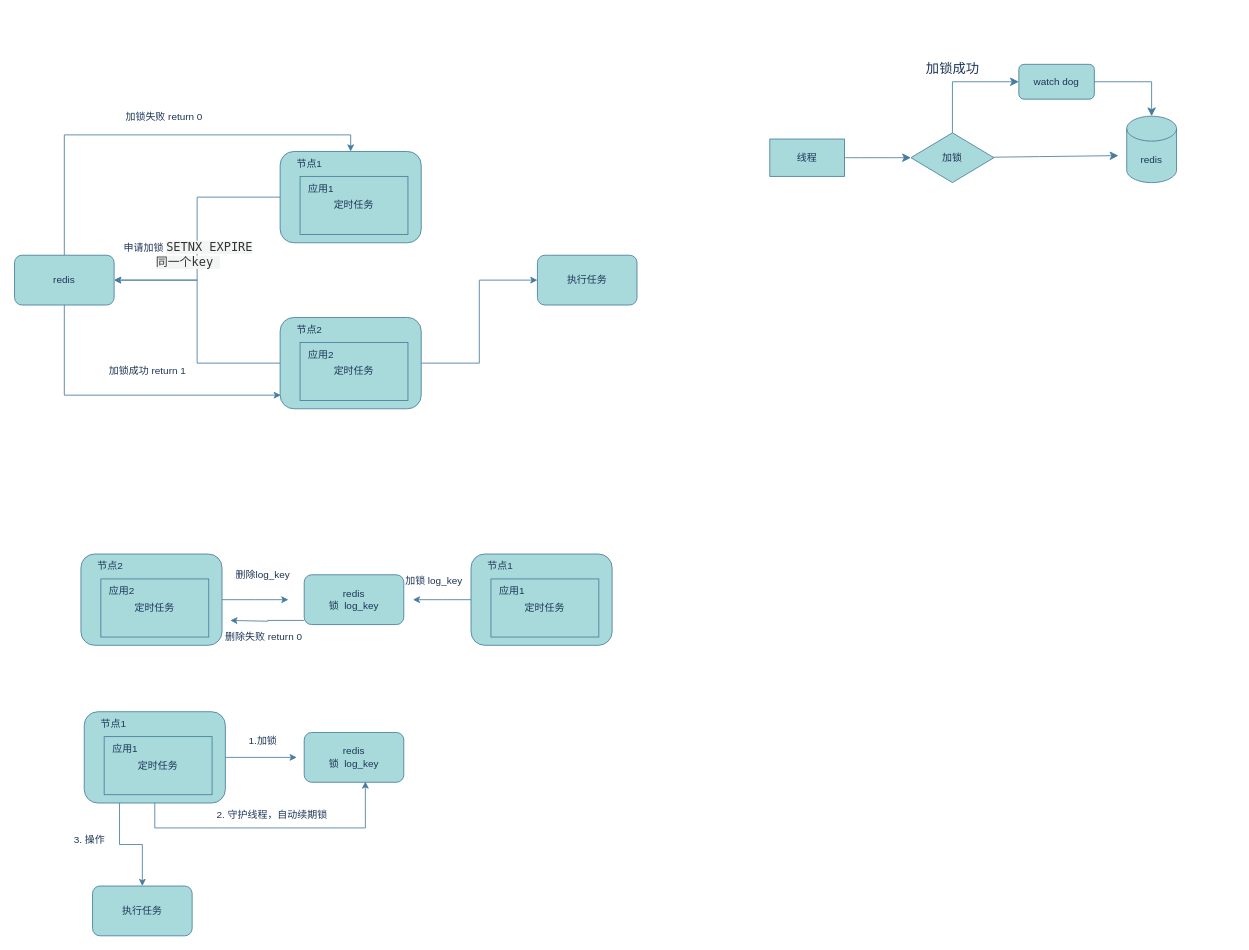
Before: redis分布式锁.drawio in Rodma1/draw, a draw.io diagram. Source tidied: cells renumbered, new cells numbered last; positions are measured from the earlier drawing's top-left corner, leaving out a move shared by most shapes. Both pictures are drawn from the tidied source at 83%, with x=0, y=0 at pixel (14, 56).
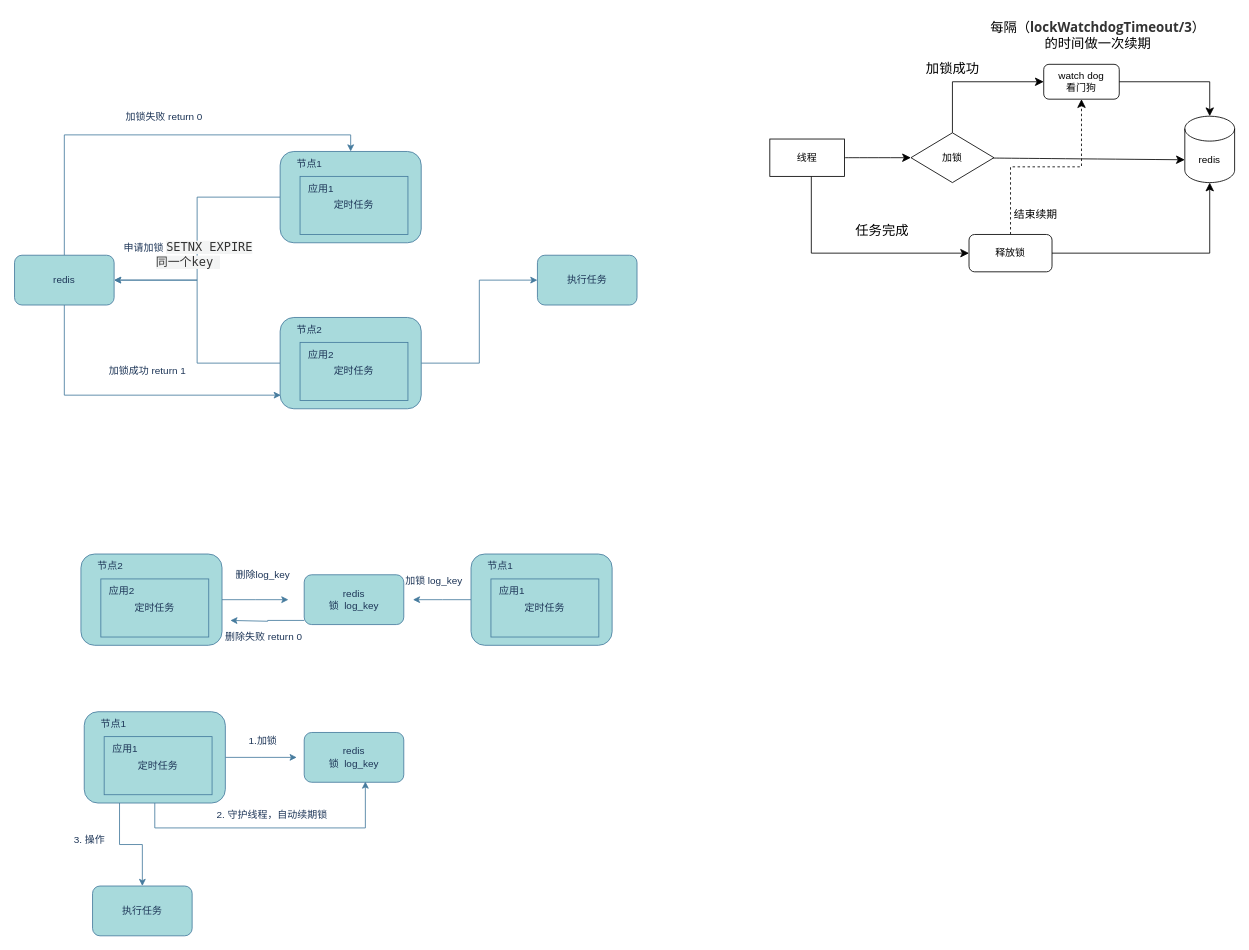
The same diagram, later.

Diff of the diagram source:
```diff
@@
-    <mxCell id="47" style="edgeStyle=none;curved=1;rounded=0;jettySize=auto;html=1;entryX=0;entryY=0.5;entryDx=0;entryDy=0;fontSize=12;startSize=8;endSize=8;labelBackgroundColor=none;fontColor=default;strokeColor=#457B9D;" parent="1" edge="1" source="48" target="51">
+    <mxCell id="47" style="edgeStyle=none;curved=1;rounded=0;jettySize=auto;html=1;entryX=0;entryY=0.5;entryDx=0;entryDy=0;fontSize=12;startSize=8;endSize=8;labelBackgroundColor=none;fontColor=default;" parent="1" edge="1" source="48" target="51">
       <mxGeometry relative="1" as="geometry" />
     </mxCell>
+    <mxCell id="56" style="edgeStyle=orthogonalEdgeStyle;rounded=0;jettySize=auto;html=1;entryX=0;entryY=0.5;entryDx=0;entryDy=0;fontSize=12;startSize=8;endSize=8;" parent="1" edge="1" source="48" target="59">
+      <mxGeometry relative="1" as="geometry">
+        <Array as="points">
+          <mxPoint x="960" y="238" />
+        </Array>
+      </mxGeometry>
+    </mxCell>
-    <mxCell id="48" value="线程" style="rounded=0;whiteSpace=wrap;html=1;labelBackgroundColor=none;fillColor=#A8DADC;strokeColor=#457B9D;fontColor=#1D3557;" parent="1" vertex="1">
+    <mxCell id="48" value="线程" style="rounded=0;whiteSpace=wrap;html=1;labelBackgroundColor=none;" parent="1" vertex="1">
       <mxGeometry x="910" y="100" width="90" height="45" as="geometry" />
     </mxCell>
-    <mxCell id="49" style="edgeStyle=none;curved=1;rounded=0;jettySize=auto;html=1;fontSize=12;startSize=8;endSize=8;labelBackgroundColor=none;fontColor=default;strokeColor=#457B9D;" parent="1" edge="1" source="51">
-      <mxGeometry relative="1" as="geometry">
-        <mxPoint x="1330" y="120" as="targetPoint" />
-      </mxGeometry>
+    <mxCell id="49" style="edgeStyle=none;curved=1;rounded=0;jettySize=auto;html=1;fontSize=12;startSize=8;endSize=8;labelBackgroundColor=none;fontColor=default;entryX=0;entryY=0;entryDx=0;entryDy=52.5;entryPerimeter=0;" parent="1" edge="1" source="51" target="52">
+      <mxGeometry relative="1" as="geometry" />
     </mxCell>
-    <mxCell id="50" style="edgeStyle=orthogonalEdgeStyle;rounded=0;jettySize=auto;html=1;entryX=0;entryY=0.5;entryDx=0;entryDy=0;strokeColor=#457B9D;fontSize=12;fontColor=#1D3557;startSize=8;endSize=8;fillColor=#A8DADC;" parent="1" edge="1" source="51" target="53">
+    <mxCell id="50" style="edgeStyle=orthogonalEdgeStyle;rounded=0;jettySize=auto;html=1;entryX=0;entryY=0.5;entryDx=0;entryDy=0;fontSize=12;fontColor=#1D3557;startSize=8;endSize=8;" parent="1" edge="1" source="51" target="53">
       <mxGeometry relative="1" as="geometry">
         <Array as="points">
           <mxPoint x="1130" y="31" />
         </Array>
       </mxGeometry>
     </mxCell>
-    <mxCell id="51" value="加锁" style="rhombus;whiteSpace=wrap;html=1;labelBackgroundColor=none;fillColor=#A8DADC;strokeColor=#457B9D;fontColor=#1D3557;" parent="1" vertex="1">
+    <mxCell id="51" value="加锁" style="rhombus;whiteSpace=wrap;html=1;labelBackgroundColor=none;" parent="1" vertex="1">
       <mxGeometry x="1080" y="92.5" width="100" height="60" as="geometry" />
     </mxCell>
-    <mxCell id="52" value="redis" style="shape=cylinder3;whiteSpace=wrap;html=1;boundedLbl=1;backgroundOutline=1;size=15;labelBackgroundColor=none;fillColor=#A8DADC;strokeColor=#457B9D;fontColor=#1D3557;" parent="1" vertex="1">
-      <mxGeometry x="1340" y="72.5" width="60" height="80" as="geometry" />
+    <mxCell id="52" value="redis" style="shape=cylinder3;whiteSpace=wrap;html=1;boundedLbl=1;backgroundOutline=1;size=15;labelBackgroundColor=none;" parent="1" vertex="1">
+      <mxGeometry x="1410" y="72.5" width="60" height="80" as="geometry" />
     </mxCell>
-    <mxCell id="53" value="watch dog" style="rounded=1;whiteSpace=wrap;html=1;labelBackgroundColor=none;fillColor=#A8DADC;strokeColor=#457B9D;fontColor=#1D3557;" parent="1" vertex="1">
-      <mxGeometry x="1210" y="10" width="91" height="42" as="geometry" />
+    <mxCell id="53" value="watch dog&lt;div&gt;看门狗&lt;/div&gt;" style="rounded=1;whiteSpace=wrap;html=1;labelBackgroundColor=none;" parent="1" vertex="1">
+      <mxGeometry x="1240" y="10" width="91" height="42" as="geometry" />
     </mxCell>
-    <mxCell id="54" value="加锁成功" style="text;html=1;align=center;verticalAlign=middle;strokeColor=none;fillColor=none;fontSize=16;fontColor=#1D3557;" parent="1" vertex="1">
+    <mxCell id="54" value="加锁成功" style="text;html=1;align=center;verticalAlign=middle;fontSize=16;" parent="1" vertex="1">
       <mxGeometry x="1085" width="90" height="30" as="geometry" />
     </mxCell>
-    <mxCell id="55" style="edgeStyle=orthogonalEdgeStyle;rounded=0;jettySize=auto;html=1;entryX=0.5;entryY=0;entryDx=0;entryDy=0;entryPerimeter=0;strokeColor=#457B9D;fontSize=12;fontColor=#1D3557;startSize=8;endSize=8;fillColor=#A8DADC;" parent="1" edge="1" source="53" target="52">
+    <mxCell id="55" style="edgeStyle=orthogonalEdgeStyle;rounded=0;jettySize=auto;html=1;entryX=0.5;entryY=0;entryDx=0;entryDy=0;entryPerimeter=0;fontSize=12;fontColor=#1D3557;startSize=8;endSize=8;" parent="1" edge="1" source="53" target="52">
       <mxGeometry relative="1" as="geometry" />
     </mxCell>
+    <mxCell id="57" value="每隔（&lt;strong style=&quot;box-sizing: border-box; color: rgb(51, 51, 51); font-family: &amp;quot;Open Sans&amp;quot;, &amp;quot;Clear Sans&amp;quot;, &amp;quot;Helvetica Neue&amp;quot;, Helvetica, Arial, &amp;quot;Segoe UI Emoji&amp;quot;, sans-serif; orphans: 4; text-align: start; text-wrap: wrap; background-color: rgb(255, 255, 255);&quot;&gt;&lt;span style=&quot;box-sizing: border-box; white-space-collapse: preserve;&quot; class=&quot;md-plain&quot;&gt;lockWatchdogTimeout/3&lt;/span&gt;&lt;/strong&gt;）&lt;div&gt;的时间做一次续期&lt;/div&gt;" style="text;html=1;align=center;verticalAlign=middle;fontSize=16;" parent="1" vertex="1">
+      <mxGeometry x="1170" y="-50" width="270" height="50" as="geometry" />
+    </mxCell>
+    <mxCell id="58" style="edgeStyle=orthogonalEdgeStyle;rounded=0;jettySize=auto;html=1;entryX=0.5;entryY=1;entryDx=0;entryDy=0;fontSize=12;startSize=8;endSize=8;dashed=1;" parent="1" edge="1" source="59" target="53">
+      <mxGeometry relative="1" as="geometry" />
+    </mxCell>
+    <mxCell id="59" value="释放锁" style="rounded=1;whiteSpace=wrap;html=1;" parent="1" vertex="1">
+      <mxGeometry x="1150" y="215" width="100" height="45" as="geometry" />
+    </mxCell>
+    <mxCell id="60" style="edgeStyle=orthogonalEdgeStyle;rounded=0;jettySize=auto;html=1;entryX=0.5;entryY=1;entryDx=0;entryDy=0;entryPerimeter=0;fontSize=12;startSize=8;endSize=8;" parent="1" edge="1" source="59" target="52">
+      <mxGeometry relative="1" as="geometry" />
+    </mxCell>
+    <mxCell id="61" value="任务完成" style="text;html=1;align=center;verticalAlign=middle;fontSize=16;" parent="1" vertex="1">
+      <mxGeometry x="1000" y="195" width="90" height="30" as="geometry" />
+    </mxCell>
+    <mxCell id="62" value="&lt;font style=&quot;font-size: 13px;&quot;&gt;结束续期&lt;/font&gt;" style="text;html=1;align=center;verticalAlign=middle;strokeColor=none;fillColor=none;fontSize=16;" parent="1" vertex="1">
+      <mxGeometry x="1190" y="175" width="80" height="30" as="geometry" />
+    </mxCell>
```
